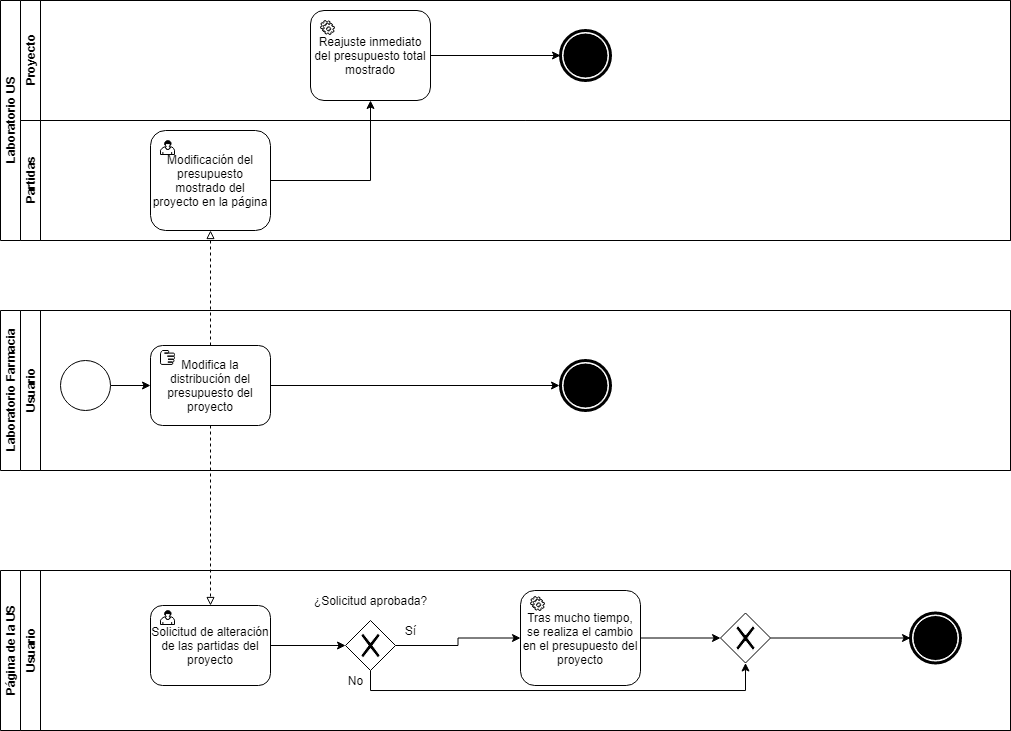
The draw.io diagram Imágenes BPMN/ModificarPartidaBPMN-Implantar.png in Franbr31/IR-project, before a commit. Source tidied: cells renumbered, new cells last; positions are measured from the earlier drawing's top-left corner, leaving out a move shared by most shapes.
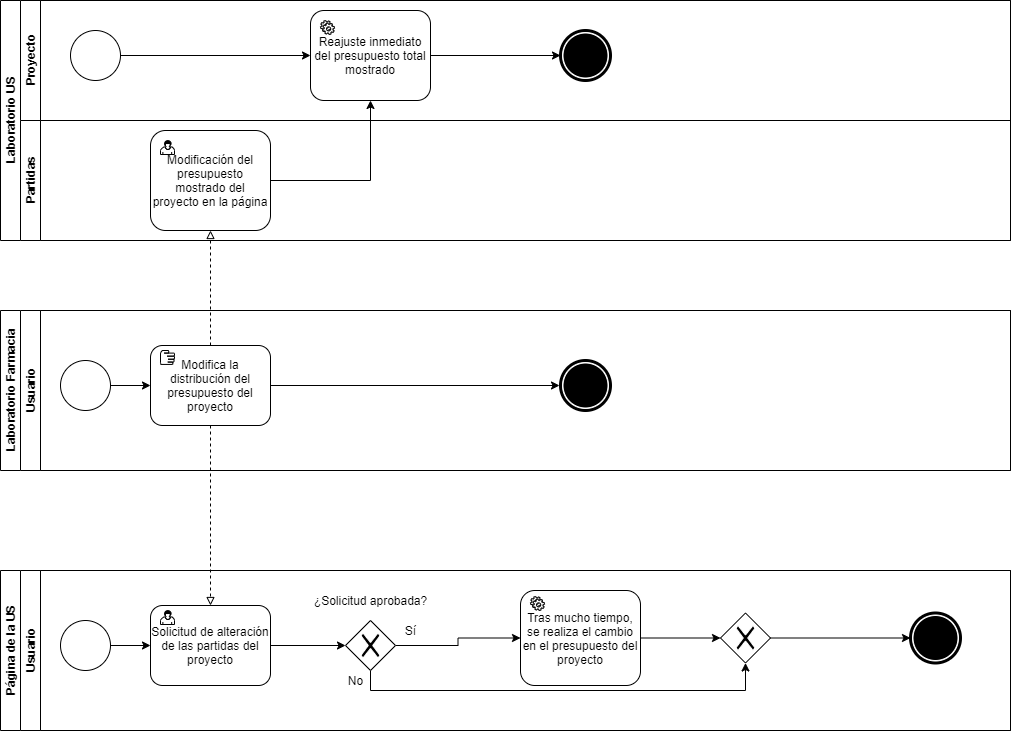
Later version of the same file.

The edit, as a diff of the source:
```diff
@@ -22,6 +22,12 @@
     <mxCell id="7" style="shape=mxgraph.bpmn.shape;html=1;verticalLabelPosition=bottom;labelBackgroundColor=#ffffff;verticalAlign=top;align=center;perimeter=ellipsePerimeter;outline=end;symbol=terminate;" parent="3" vertex="1">
       <mxGeometry x="540" y="30" width="50" height="50" as="geometry" />
     </mxCell>
+    <mxCell id="43" style="edgeStyle=orthogonalEdgeStyle;rounded=0;jettySize=auto;html=1;entryX=0;entryY=0.5;entryDx=0;entryDy=0;" parent="3" edge="1" source="44" target="5">
+      <mxGeometry relative="1" as="geometry" />
+    </mxCell>
+    <mxCell id="44" style="ellipse;whiteSpace=wrap;html=1;" parent="3" vertex="1">
+      <mxGeometry x="50" y="30" width="50" height="50" as="geometry" />
+    </mxCell>
     <mxCell id="8" value="Partidas" style="swimlane;html=1;startSize=20;horizontal=0;" parent="2" vertex="1">
       <mxGeometry x="20" y="120" width="990" height="120" as="geometry" />
     </mxCell>
@@ -146,6 +152,12 @@
     <mxCell id="41" style="shape=mxgraph.bpmn.shape;html=1;verticalLabelPosition=bottom;labelBackgroundColor=#ffffff;verticalAlign=top;align=center;perimeter=rhombusPerimeter;background=gateway;outlineConnect=0;outline=none;symbol=exclusiveGw;" parent="26" vertex="1">
       <mxGeometry x="700" y="42.5" width="50" height="50" as="geometry" />
     </mxCell>
+    <mxCell id="45" style="edgeStyle=orthogonalEdgeStyle;rounded=0;jettySize=auto;html=1;entryX=0;entryY=0.5;entryDx=0;entryDy=0;" parent="26" edge="1" source="46" target="28">
+      <mxGeometry relative="1" as="geometry" />
+    </mxCell>
+    <mxCell id="46" style="shape=mxgraph.bpmn.shape;html=1;verticalLabelPosition=bottom;labelBackgroundColor=#ffffff;verticalAlign=top;align=center;perimeter=ellipsePerimeter;outlineConnect=0;outline=standard;symbol=general;" parent="26" vertex="1">
+      <mxGeometry x="40" y="50" width="50" height="50" as="geometry" />
+    </mxCell>
     <mxCell id="42" style="edgeStyle=orthogonalEdgeStyle;rounded=0;jettySize=auto;html=1;exitX=0.5;exitY=1;exitDx=0;exitDy=0;endArrow=block;endFill=0;dashed=1;" parent="1" edge="1" source="18" target="28">
       <mxGeometry relative="1" as="geometry" />
     </mxCell>
```
